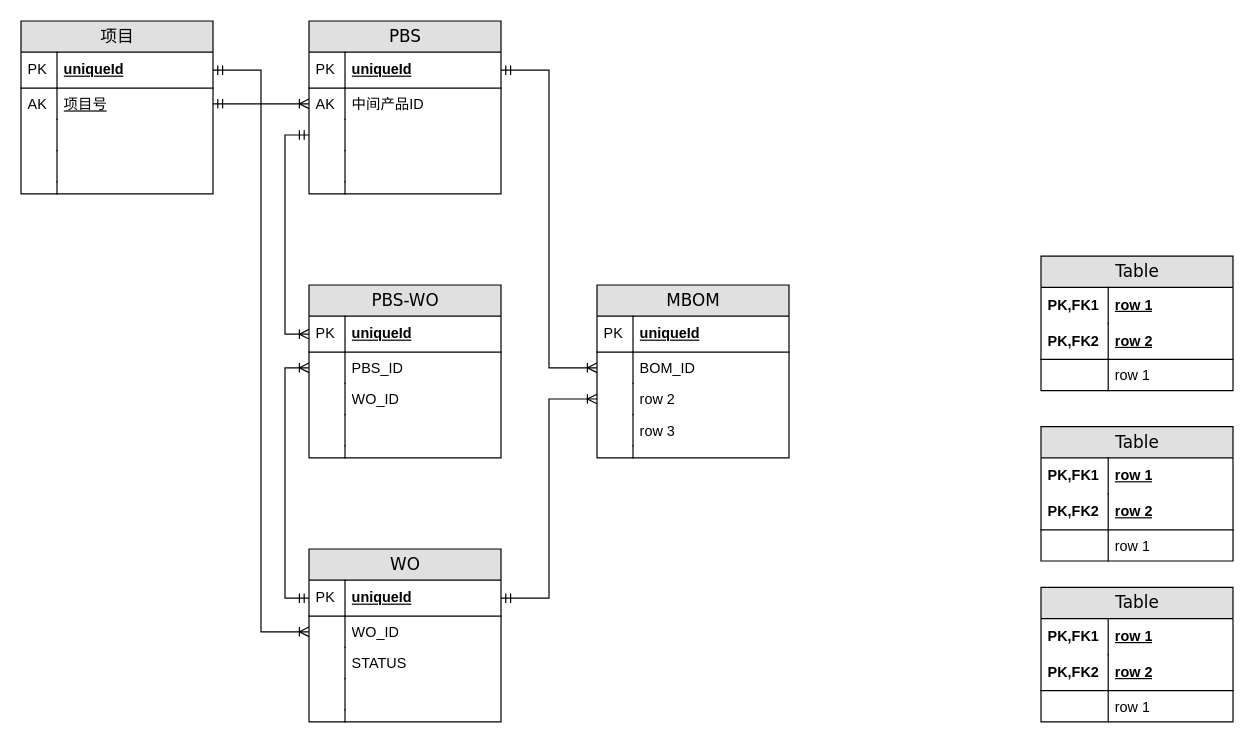
Earlier version of the draw.io diagram 4DP.drawio (blackdreamzg/bak). Source tidied: cells renumbered, new cells numbered last; positions are measured from the earlier drawing's top-left corner, leaving out a move shared by most shapes. Both pictures are drawn from the tidied source at 120%, with x=0, y=0 at pixel (20, 20).
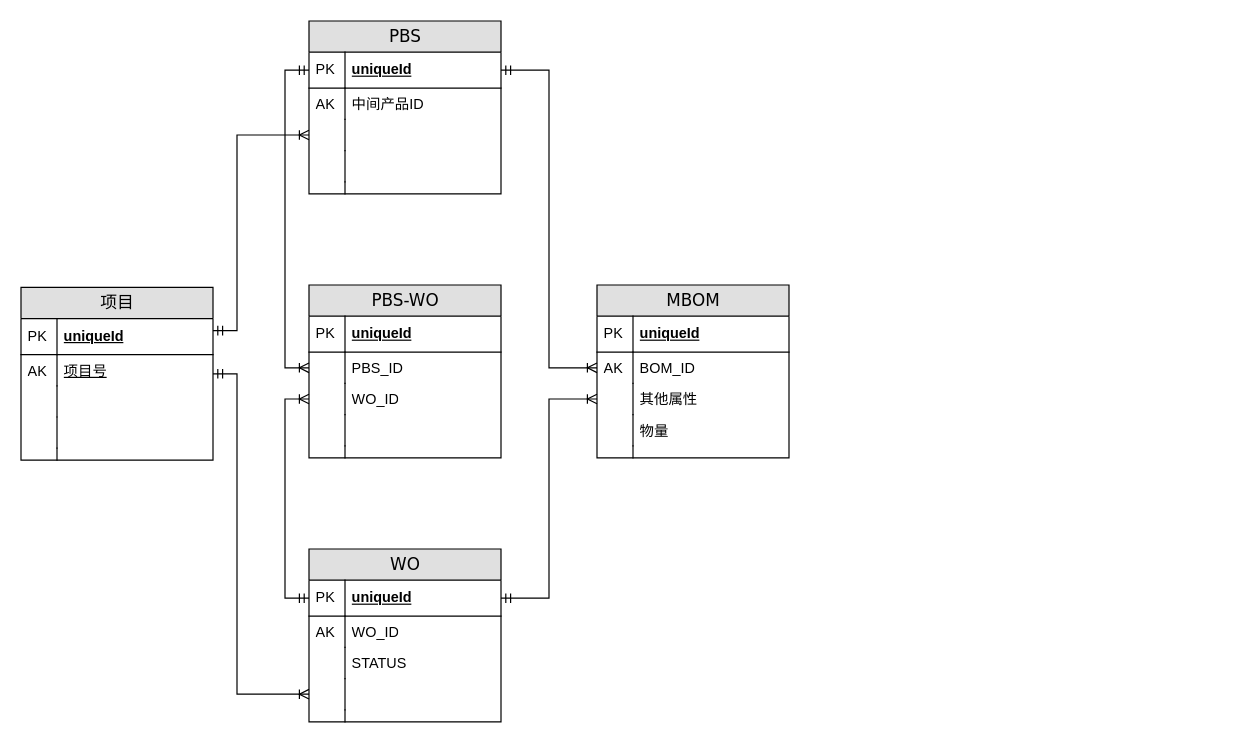
After the change.

Unchanged cells that the change refers to:
```xml
<mxCell id="3" value="uniqueId" style="shape=partialRectangle;top=0;left=0;right=0;bottom=1;html=1;align=left;verticalAlign=middle;fillColor=none;spacingLeft=34;spacingRight=4;whiteSpace=wrap;overflow=hidden;points=[[0,0.5],[1,0.5]];portConstraint=eastwest;fontStyle=5;" parent="2" vertex="1">
  <mxGeometry y="26" width="160" height="30" as="geometry" />
</mxCell>
<mxCell id="5" value="WO_ID" style="shape=partialRectangle;top=0;left=0;right=0;bottom=0;html=1;align=left;verticalAlign=top;fillColor=none;spacingLeft=34;spacingRight=4;whiteSpace=wrap;overflow=hidden;points=[[0,0.5],[1,0.5]];portConstraint=eastwest;" parent="2" vertex="1">
  <mxGeometry y="56" width="160" height="26" as="geometry" />
</mxCell>
<mxCell id="9" style="shape=partialRectangle;top=0;left=0;right=0;bottom=0;html=1;align=left;verticalAlign=top;fillColor=none;spacingLeft=34;spacingRight=4;whiteSpace=wrap;overflow=hidden;points=[[0,0.5],[1,0.5]];portConstraint=eastwest;" parent="2" vertex="1">
  <mxGeometry y="108" width="160" height="26" as="geometry" />
</mxCell>
<mxCell id="14" value="uniqueId" style="shape=partialRectangle;top=0;left=0;right=0;bottom=1;html=1;align=left;verticalAlign=middle;fillColor=none;spacingLeft=34;spacingRight=4;whiteSpace=wrap;overflow=hidden;points=[[0,0.5],[1,0.5]];portConstraint=eastwest;fontStyle=5;" parent="13" vertex="1">
  <mxGeometry y="26" width="160" height="30" as="geometry" />
</mxCell>
<mxCell id="16" value="中间产品ID" style="shape=partialRectangle;top=0;left=0;right=0;bottom=0;html=1;align=left;verticalAlign=top;fillColor=none;spacingLeft=34;spacingRight=4;whiteSpace=wrap;overflow=hidden;points=[[0,0.5],[1,0.5]];portConstraint=eastwest;" parent="13" vertex="1">
  <mxGeometry y="56" width="160" height="26" as="geometry" />
</mxCell>
<mxCell id="18" style="shape=partialRectangle;top=0;left=0;right=0;bottom=0;html=1;align=left;verticalAlign=top;fillColor=none;spacingLeft=34;spacingRight=4;whiteSpace=wrap;overflow=hidden;points=[[0,0.5],[1,0.5]];portConstraint=eastwest;" parent="13" vertex="1">
  <mxGeometry y="82" width="160" height="26" as="geometry" />
</mxCell>
<mxCell id="24" value="MBOM" style="swimlane;html=1;fontStyle=0;horizontal=1;startSize=26;fillColor=#e0e0e0;swimlaneFillColor=#ffffff;align=center;rounded=0;shadow=0;comic=0;labelBackgroundColor=none;strokeWidth=1;fontFamily=Verdana;fontSize=14;" parent="1" vertex="1">
  <mxGeometry x="480" y="220" width="160" height="144" as="geometry" />
</mxCell>
<mxCell id="27" value="BOM_ID" style="shape=partialRectangle;top=0;left=0;right=0;bottom=0;html=1;align=left;verticalAlign=top;fillColor=none;spacingLeft=34;spacingRight=4;whiteSpace=wrap;overflow=hidden;points=[[0,0.5],[1,0.5]];portConstraint=eastwest;" parent="24" vertex="1">
  <mxGeometry y="56" width="160" height="26" as="geometry" />
</mxCell>
<mxCell id="57" value="uniqueId" style="shape=partialRectangle;top=0;left=0;right=0;bottom=1;html=1;align=left;verticalAlign=middle;fillColor=none;spacingLeft=34;spacingRight=4;whiteSpace=wrap;overflow=hidden;points=[[0,0.5],[1,0.5]];portConstraint=eastwest;fontStyle=5;" parent="56" vertex="1">
  <mxGeometry y="26" width="160" height="30" as="geometry" />
</mxCell>
<mxCell id="59" value="&lt;span style=&quot;text-decoration-line: underline;&quot;&gt;项目号&lt;/span&gt;" style="shape=partialRectangle;top=0;left=0;right=0;bottom=0;html=1;align=left;verticalAlign=top;fillColor=none;spacingLeft=34;spacingRight=4;whiteSpace=wrap;overflow=hidden;points=[[0,0.5],[1,0.5]];portConstraint=eastwest;" parent="56" vertex="1">
  <mxGeometry y="56" width="160" height="26" as="geometry" />
</mxCell>
<mxCell id="69" value="uniqueId" style="shape=partialRectangle;top=0;left=0;right=0;bottom=1;html=1;align=left;verticalAlign=middle;fillColor=none;spacingLeft=34;spacingRight=4;whiteSpace=wrap;overflow=hidden;points=[[0,0.5],[1,0.5]];portConstraint=eastwest;fontStyle=5;" parent="68" vertex="1">
  <mxGeometry y="26" width="160" height="30" as="geometry" />
</mxCell>
<mxCell id="71" value="PBS_ID" style="shape=partialRectangle;top=0;left=0;right=0;bottom=0;html=1;align=left;verticalAlign=top;fillColor=none;spacingLeft=34;spacingRight=4;whiteSpace=wrap;overflow=hidden;points=[[0,0.5],[1,0.5]];portConstraint=eastwest;" parent="68" vertex="1">
  <mxGeometry y="56" width="160" height="26" as="geometry" />
</mxCell>
<mxCell id="73" value="WO_ID" style="shape=partialRectangle;top=0;left=0;right=0;bottom=0;html=1;align=left;verticalAlign=top;fillColor=none;spacingLeft=34;spacingRight=4;whiteSpace=wrap;overflow=hidden;points=[[0,0.5],[1,0.5]];portConstraint=eastwest;" parent="68" vertex="1">
  <mxGeometry y="82" width="160" height="26" as="geometry" />
</mxCell>
```

Diff of the diagram source:
```diff
@@
-    <mxCell id="6" style="shape=partialRectangle;top=0;left=0;bottom=0;html=1;fillColor=none;align=left;verticalAlign=top;spacingLeft=4;spacingRight=4;whiteSpace=wrap;overflow=hidden;" parent="5" vertex="1">
+    <mxCell id="6" value="AK" style="shape=partialRectangle;top=0;left=0;bottom=0;html=1;fillColor=none;align=left;verticalAlign=top;spacingLeft=4;spacingRight=4;whiteSpace=wrap;overflow=hidden;" parent="5" vertex="1">
       <mxGeometry width="30" height="26" as="geometry" />
     </mxCell>
@@
-    <mxCell id="28" style="shape=partialRectangle;top=0;left=0;bottom=0;html=1;fillColor=none;align=left;verticalAlign=top;spacingLeft=4;spacingRight=4;whiteSpace=wrap;overflow=hidden;" parent="27" vertex="1">
+    <mxCell id="28" value="AK" style="shape=partialRectangle;top=0;left=0;bottom=0;html=1;fillColor=none;align=left;verticalAlign=top;spacingLeft=4;spacingRight=4;whiteSpace=wrap;overflow=hidden;" parent="27" vertex="1">
       <mxGeometry width="30" height="26" as="geometry" />
     </mxCell>
-    <mxCell id="29" value="row 2" style="shape=partialRectangle;top=0;left=0;right=0;bottom=0;html=1;align=left;verticalAlign=top;fillColor=none;spacingLeft=34;spacingRight=4;whiteSpace=wrap;overflow=hidden;points=[[0,0.5],[1,0.5]];portConstraint=eastwest;" parent="24" vertex="1">
+    <mxCell id="29" value="其他属性" style="shape=partialRectangle;top=0;left=0;right=0;bottom=0;html=1;align=left;verticalAlign=top;fillColor=none;spacingLeft=34;spacingRight=4;whiteSpace=wrap;overflow=hidden;points=[[0,0.5],[1,0.5]];portConstraint=eastwest;" parent="24" vertex="1">
       <mxGeometry y="82" width="160" height="26" as="geometry" />
     </mxCell>
@@
-    <mxCell id="31" value="row 3" style="shape=partialRectangle;top=0;left=0;right=0;bottom=0;html=1;align=left;verticalAlign=top;fillColor=none;spacingLeft=34;spacingRight=4;whiteSpace=wrap;overflow=hidden;" parent="24" vertex="1">
+    <mxCell id="31" value="物量" style="shape=partialRectangle;top=0;left=0;right=0;bottom=0;html=1;align=left;verticalAlign=top;fillColor=none;spacingLeft=34;spacingRight=4;whiteSpace=wrap;overflow=hidden;" parent="24" vertex="1">
       <mxGeometry y="108" width="160" height="26" as="geometry" />
     </mxCell>
@@
-    <mxCell id="35" value="Table" style="swimlane;html=1;fontStyle=0;horizontal=1;startSize=26;fillColor=#e0e0e0;swimlaneFillColor=#ffffff;align=center;rounded=0;shadow=0;comic=0;labelBackgroundColor=none;strokeWidth=1;fontFamily=Verdana;fontSize=14;" parent="1" vertex="1">
-      <mxGeometry x="850" y="196" width="160" height="112" as="geometry" />
-    </mxCell>
-    <mxCell id="36" value="row 1" style="shape=partialRectangle;top=0;left=0;right=0;bottom=0;html=1;align=left;verticalAlign=middle;fillColor=none;spacingLeft=60;spacingRight=4;whiteSpace=wrap;overflow=hidden;fontStyle=5;" parent="35" vertex="1">
-      <mxGeometry y="26" width="160" height="30" as="geometry" />
-    </mxCell>
-    <mxCell id="37" value="PK,FK1" style="shape=partialRectangle;fontStyle=1;top=0;left=0;bottom=0;html=1;fillColor=none;align=left;verticalAlign=middle;spacingLeft=4;spacingRight=4;whiteSpace=wrap;overflow=hidden;" parent="36" vertex="1">
-      <mxGeometry width="56" height="30" as="geometry" />
-    </mxCell>
-    <mxCell id="38" value="row 2" style="shape=partialRectangle;top=0;left=0;right=0;bottom=1;html=1;align=left;verticalAlign=middle;fillColor=none;spacingLeft=60;spacingRight=4;whiteSpace=wrap;overflow=hidden;fontStyle=5;" parent="35" vertex="1">
-      <mxGeometry y="56" width="160" height="30" as="geometry" />
-    </mxCell>
-    <mxCell id="39" value="PK,FK2" style="shape=partialRectangle;fontStyle=1;top=0;left=0;bottom=0;html=1;fillColor=none;align=left;verticalAlign=middle;spacingLeft=4;spacingRight=4;whiteSpace=wrap;overflow=hidden;" parent="38" vertex="1">
-      <mxGeometry width="56" height="30" as="geometry" />
-    </mxCell>
-    <mxCell id="40" value="row 1" style="shape=partialRectangle;top=0;left=0;right=0;bottom=0;html=1;align=left;verticalAlign=top;fillColor=none;spacingLeft=60;spacingRight=4;whiteSpace=wrap;overflow=hidden;" parent="35" vertex="1">
-      <mxGeometry y="86" width="160" height="26" as="geometry" />
-    </mxCell>
-    <mxCell id="41" style="shape=partialRectangle;top=0;left=0;bottom=0;html=1;fillColor=none;align=left;verticalAlign=top;spacingLeft=4;spacingRight=4;whiteSpace=wrap;overflow=hidden;" parent="40" vertex="1">
-      <mxGeometry width="56" height="26" as="geometry" />
-    </mxCell>
-    <mxCell id="42" value="Table" style="swimlane;html=1;fontStyle=0;horizontal=1;startSize=26;fillColor=#e0e0e0;swimlaneFillColor=#ffffff;align=center;rounded=0;shadow=0;comic=0;labelBackgroundColor=none;strokeWidth=1;fontFamily=Verdana;fontSize=14;" parent="1" vertex="1">
-      <mxGeometry x="850" y="338" width="160" height="112" as="geometry" />
-    </mxCell>
-    <mxCell id="43" value="row 1" style="shape=partialRectangle;top=0;left=0;right=0;bottom=0;html=1;align=left;verticalAlign=middle;fillColor=none;spacingLeft=60;spacingRight=4;whiteSpace=wrap;overflow=hidden;fontStyle=5;" parent="42" vertex="1">
-      <mxGeometry y="26" width="160" height="30" as="geometry" />
-    </mxCell>
-    <mxCell id="44" value="PK,FK1" style="shape=partialRectangle;fontStyle=1;top=0;left=0;bottom=0;html=1;fillColor=none;align=left;verticalAlign=middle;spacingLeft=4;spacingRight=4;whiteSpace=wrap;overflow=hidden;" parent="43" vertex="1">
-      <mxGeometry width="56" height="30" as="geometry" />
-    </mxCell>
-    <mxCell id="45" value="row 2" style="shape=partialRectangle;top=0;left=0;right=0;bottom=1;html=1;align=left;verticalAlign=middle;fillColor=none;spacingLeft=60;spacingRight=4;whiteSpace=wrap;overflow=hidden;fontStyle=5;" parent="42" vertex="1">
-      <mxGeometry y="56" width="160" height="30" as="geometry" />
-    </mxCell>
-    <mxCell id="46" value="PK,FK2" style="shape=partialRectangle;fontStyle=1;top=0;left=0;bottom=0;html=1;fillColor=none;align=left;verticalAlign=middle;spacingLeft=4;spacingRight=4;whiteSpace=wrap;overflow=hidden;" parent="45" vertex="1">
-      <mxGeometry width="56" height="30" as="geometry" />
-    </mxCell>
-    <mxCell id="47" value="row 1" style="shape=partialRectangle;top=0;left=0;right=0;bottom=0;html=1;align=left;verticalAlign=top;fillColor=none;spacingLeft=60;spacingRight=4;whiteSpace=wrap;overflow=hidden;" parent="42" vertex="1">
-      <mxGeometry y="86" width="160" height="26" as="geometry" />
-    </mxCell>
-    <mxCell id="48" style="shape=partialRectangle;top=0;left=0;bottom=0;html=1;fillColor=none;align=left;verticalAlign=top;spacingLeft=4;spacingRight=4;whiteSpace=wrap;overflow=hidden;" parent="47" vertex="1">
-      <mxGeometry width="56" height="26" as="geometry" />
-    </mxCell>
-    <mxCell id="49" value="Table" style="swimlane;html=1;fontStyle=0;horizontal=1;startSize=26;fillColor=#e0e0e0;swimlaneFillColor=#ffffff;align=center;rounded=0;shadow=0;comic=0;labelBackgroundColor=none;strokeWidth=1;fontFamily=Verdana;fontSize=14;" parent="1" vertex="1">
-      <mxGeometry x="850" y="472" width="160" height="112" as="geometry" />
-    </mxCell>
-    <mxCell id="50" value="row 1" style="shape=partialRectangle;top=0;left=0;right=0;bottom=0;html=1;align=left;verticalAlign=middle;fillColor=none;spacingLeft=60;spacingRight=4;whiteSpace=wrap;overflow=hidden;fontStyle=5;" parent="49" vertex="1">
-      <mxGeometry y="26" width="160" height="30" as="geometry" />
-    </mxCell>
-    <mxCell id="51" value="PK,FK1" style="shape=partialRectangle;fontStyle=1;top=0;left=0;bottom=0;html=1;fillColor=none;align=left;verticalAlign=middle;spacingLeft=4;spacingRight=4;whiteSpace=wrap;overflow=hidden;" parent="50" vertex="1">
-      <mxGeometry width="56" height="30" as="geometry" />
-    </mxCell>
-    <mxCell id="52" value="row 2" style="shape=partialRectangle;top=0;left=0;right=0;bottom=1;html=1;align=left;verticalAlign=middle;fillColor=none;spacingLeft=60;spacingRight=4;whiteSpace=wrap;overflow=hidden;fontStyle=5;" parent="49" vertex="1">
-      <mxGeometry y="56" width="160" height="30" as="geometry" />
-    </mxCell>
-    <mxCell id="53" value="PK,FK2" style="shape=partialRectangle;fontStyle=1;top=0;left=0;bottom=0;html=1;fillColor=none;align=left;verticalAlign=middle;spacingLeft=4;spacingRight=4;whiteSpace=wrap;overflow=hidden;" parent="52" vertex="1">
-      <mxGeometry width="56" height="30" as="geometry" />
-    </mxCell>
-    <mxCell id="54" value="row 1" style="shape=partialRectangle;top=0;left=0;right=0;bottom=0;html=1;align=left;verticalAlign=top;fillColor=none;spacingLeft=60;spacingRight=4;whiteSpace=wrap;overflow=hidden;" parent="49" vertex="1">
-      <mxGeometry y="86" width="160" height="26" as="geometry" />
-    </mxCell>
-    <mxCell id="55" style="shape=partialRectangle;top=0;left=0;bottom=0;html=1;fillColor=none;align=left;verticalAlign=top;spacingLeft=4;spacingRight=4;whiteSpace=wrap;overflow=hidden;" parent="54" vertex="1">
-      <mxGeometry width="56" height="26" as="geometry" />
-    </mxCell>
+    <mxCell id="84" style="edgeStyle=orthogonalEdgeStyle;rounded=0;jettySize=auto;html=1;exitX=1;exitY=0.25;exitDx=0;exitDy=0;entryX=0;entryY=0.5;entryDx=0;entryDy=0;startArrow=ERmandOne;startFill=0;endArrow=ERoneToMany;endFill=0;" parent="1" edge="1" source="56" target="18">
+      <mxGeometry relative="1" as="geometry">
+        <Array as="points">
+          <mxPoint x="180" y="258" />
+          <mxPoint x="180" y="95" />
+        </Array>
+      </mxGeometry>
+    </mxCell>
+    <mxCell id="85" style="edgeStyle=orthogonalEdgeStyle;rounded=0;jettySize=auto;html=1;exitX=1;exitY=0.5;exitDx=0;exitDy=0;entryX=0;entryY=0.5;entryDx=0;entryDy=0;startArrow=ERmandOne;startFill=0;endArrow=ERoneToMany;endFill=0;" parent="1" edge="1" source="56" target="9">
+      <mxGeometry relative="1" as="geometry">
+        <Array as="points">
+          <mxPoint x="180" y="294" />
+          <mxPoint x="180" y="561" />
+        </Array>
+      </mxGeometry>
+    </mxCell>
     <mxCell id="56" value="项目" style="swimlane;html=1;fontStyle=0;horizontal=1;startSize=26;fillColor=#e0e0e0;swimlaneFillColor=#ffffff;align=center;rounded=0;shadow=0;comic=0;labelBackgroundColor=none;strokeWidth=1;fontFamily=Verdana;fontSize=14;" parent="1" vertex="1">
-      <mxGeometry width="160" height="144" as="geometry" />
+      <mxGeometry y="222" width="160" height="144" as="geometry" />
     </mxCell>
@@
-    <mxCell id="67" style="edgeStyle=orthogonalEdgeStyle;rounded=0;jettySize=auto;html=1;exitX=1;exitY=0.5;exitDx=0;exitDy=0;entryX=0;entryY=0.5;entryDx=0;entryDy=0;startArrow=ERmandOne;startFill=0;endArrow=ERoneToMany;endFill=0;" parent="1" edge="1" source="57" target="16">
-      <mxGeometry relative="1" as="geometry" />
-    </mxCell>
@@
-    <mxCell id="79" style="edgeStyle=orthogonalEdgeStyle;rounded=0;jettySize=auto;html=1;exitX=0;exitY=0.5;exitDx=0;exitDy=0;entryX=0;entryY=0.5;entryDx=0;entryDy=0;startArrow=ERmandOne;startFill=0;endArrow=ERoneToMany;endFill=0;" parent="1" edge="1" source="18" target="69">
-      <mxGeometry relative="1" as="geometry" />
-    </mxCell>
-    <mxCell id="80" style="edgeStyle=orthogonalEdgeStyle;rounded=0;jettySize=auto;html=1;exitX=0;exitY=0.5;exitDx=0;exitDy=0;entryX=0;entryY=0.5;entryDx=0;entryDy=0;startArrow=ERmandOne;startFill=0;endArrow=ERoneToMany;endFill=0;" parent="1" edge="1" source="3" target="71">
-      <mxGeometry relative="1" as="geometry" />
-    </mxCell>
-    <mxCell id="81" style="edgeStyle=orthogonalEdgeStyle;rounded=0;jettySize=auto;html=1;exitX=1;exitY=0.5;exitDx=0;exitDy=0;entryX=0;entryY=0.5;entryDx=0;entryDy=0;startArrow=ERmandOne;startFill=0;endArrow=ERoneToMany;endFill=0;" parent="1" edge="1" source="59" target="5">
-      <mxGeometry relative="1" as="geometry" />
-    </mxCell>
@@
+    <mxCell id="86" style="edgeStyle=orthogonalEdgeStyle;rounded=0;jettySize=auto;html=1;exitX=0;exitY=0.5;exitDx=0;exitDy=0;entryX=0;entryY=0.5;entryDx=0;entryDy=0;startArrow=ERmandOne;startFill=0;endArrow=ERoneToMany;endFill=0;" parent="1" edge="1" source="3" target="73">
+      <mxGeometry relative="1" as="geometry" />
+    </mxCell>
+    <mxCell id="87" style="edgeStyle=orthogonalEdgeStyle;rounded=0;jettySize=auto;html=1;exitX=0;exitY=0.5;exitDx=0;exitDy=0;entryX=0;entryY=0.5;entryDx=0;entryDy=0;startArrow=ERmandOne;startFill=0;endArrow=ERoneToMany;endFill=0;" parent="1" edge="1" source="14" target="71">
+      <mxGeometry relative="1" as="geometry" />
+    </mxCell>
```
